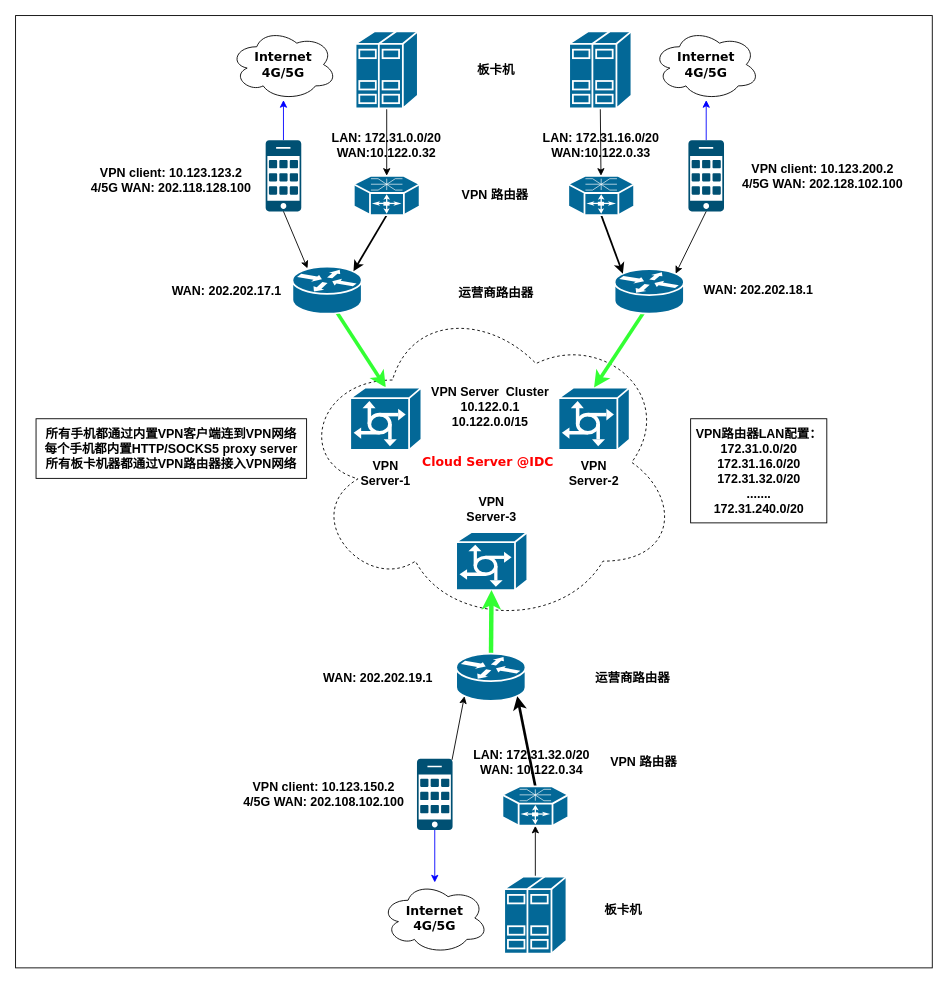
Above: Untitled Diagram.drawio in nxtreaming/andy_study (draw.io), before the change. Source tidied: cells renumbered, new cells numbered last; positions are measured from the earlier drawing's top-left corner, leaving out a move shared by most shapes. Both pictures are drawn from the tidied source at 89%, with x=0, y=0 at pixel (15, 15).
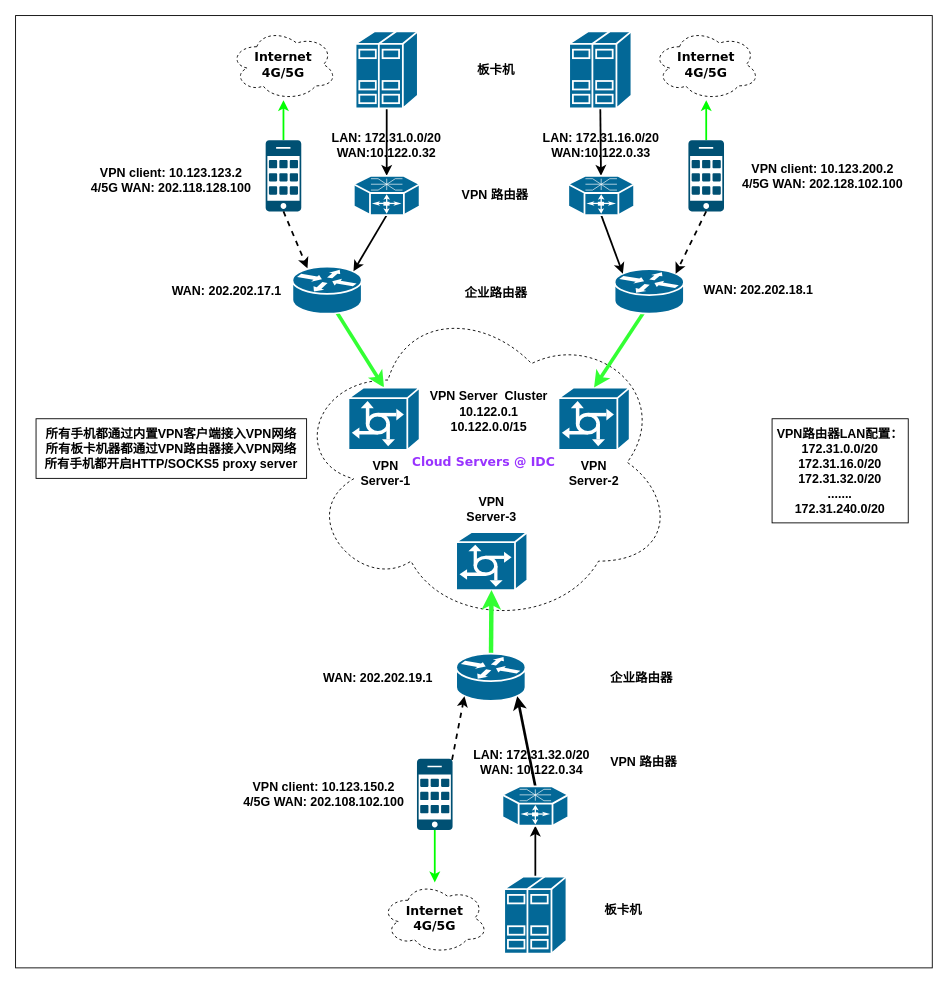
The same page after the edit.

Unchanged cells that the change refers to:
```xml
<mxCell id="6" style="shape=mxgraph.cisco.routers.router;html=1;dashed=0;fillColor=#036897;strokeColor=#ffffff;strokeWidth=2;verticalLabelPosition=bottom;verticalAlign=top;rounded=0;shadow=0;comic=0;fontFamily=Verdana;fontSize=12;" parent="1" vertex="1">
  <mxGeometry x="311" y="282" width="78" height="53" as="geometry" />
</mxCell>
<mxCell id="8" style="sketch=0;points=[[0.015,0.015,0],[0.985,0.015,0],[0.985,0.985,0],[0.015,0.985,0],[0.25,0,0],[0.5,0,0],[0.75,0,0],[1,0.25,0],[1,0.5,0],[1,0.75,0],[0.75,1,0],[0.5,1,0],[0.25,1,0],[0,0.75,0],[0,0.5,0],[0,0.25,0]];verticalLabelPosition=bottom;html=1;verticalAlign=top;align=center;shape=mxgraph.cisco19.cell_phone;fillColor=#005073;strokeColor=none;" parent="1" vertex="1">
  <mxGeometry x="281" y="140" width="40" height="80" as="geometry" />
</mxCell>
<mxCell id="11" style="shape=mxgraph.cisco.servers.standard_host;sketch=0;html=1;dashed=0;fillColor=#036897;strokeColor=#ffffff;strokeWidth=2;verticalLabelPosition=bottom;verticalAlign=top;align=center;outlineConnect=0;" parent="1" vertex="1">
  <mxGeometry x="382" y="17.8" width="70" height="86.5" as="geometry" />
</mxCell>
<mxCell id="21" style="shape=mxgraph.cisco.routers.router;html=1;dashed=0;fillColor=#036897;strokeColor=#ffffff;strokeWidth=2;verticalLabelPosition=bottom;verticalAlign=top;rounded=0;shadow=0;comic=0;fontFamily=Verdana;fontSize=12;" parent="1" vertex="1">
  <mxGeometry x="673" y="285" width="78" height="50" as="geometry" />
</mxCell>
<mxCell id="23" style="sketch=0;points=[[0.015,0.015,0],[0.985,0.015,0],[0.985,0.985,0],[0.015,0.985,0],[0.25,0,0],[0.5,0,0],[0.75,0,0],[1,0.25,0],[1,0.5,0],[1,0.75,0],[0.75,1,0],[0.5,1,0],[0.25,1,0],[0,0.75,0],[0,0.5,0],[0,0.25,0]];verticalLabelPosition=bottom;html=1;verticalAlign=top;align=center;shape=mxgraph.cisco19.cell_phone;fillColor=#005073;strokeColor=none;" parent="1" vertex="1">
  <mxGeometry x="756" y="140" width="40" height="80" as="geometry" />
</mxCell>
<mxCell id="25" style="shape=mxgraph.cisco.servers.standard_host;sketch=0;html=1;dashed=0;fillColor=#036897;strokeColor=#ffffff;strokeWidth=2;verticalLabelPosition=bottom;verticalAlign=top;align=center;outlineConnect=0;" parent="1" vertex="1">
  <mxGeometry x="622" y="17.8" width="70" height="86.5" as="geometry" />
</mxCell>
<mxCell id="30" style="shape=mxgraph.cisco.routers.router;html=1;dashed=0;fillColor=#036897;strokeColor=#ffffff;strokeWidth=2;verticalLabelPosition=bottom;verticalAlign=top;rounded=0;shadow=0;comic=0;fontFamily=Verdana;fontSize=12;" parent="1" vertex="1">
  <mxGeometry x="495" y="717" width="78" height="53" as="geometry" />
</mxCell>
<mxCell id="32" style="sketch=0;points=[[0.015,0.015,0],[0.985,0.015,0],[0.985,0.985,0],[0.015,0.985,0],[0.25,0,0],[0.5,0,0],[0.75,0,0],[1,0.25,0],[1,0.5,0],[1,0.75,0],[0.75,1,0],[0.5,1,0],[0.25,1,0],[0,0.75,0],[0,0.5,0],[0,0.25,0]];verticalLabelPosition=bottom;html=1;verticalAlign=top;align=center;shape=mxgraph.cisco19.cell_phone;fillColor=#005073;strokeColor=none;" parent="1" vertex="1">
  <mxGeometry x="451" y="835.1" width="40" height="80" as="geometry" />
</mxCell>
<mxCell id="34" style="shape=mxgraph.cisco.servers.standard_host;sketch=0;html=1;dashed=0;fillColor=#036897;strokeColor=#ffffff;strokeWidth=2;verticalLabelPosition=bottom;verticalAlign=top;align=center;outlineConnect=0;" parent="1" vertex="1">
  <mxGeometry x="549" y="967.5" width="70" height="86.5" as="geometry" />
</mxCell>
<mxCell id="47" style="shape=mxgraph.cisco.routers.optical_services_router;sketch=0;html=1;dashed=0;fillColor=#036897;strokeColor=#ffffff;strokeWidth=2;verticalLabelPosition=bottom;verticalAlign=top;align=center;outlineConnect=0;" parent="1" vertex="1">
  <mxGeometry x="380" y="180" width="74" height="44.2" as="geometry" />
</mxCell>
<mxCell id="49" style="shape=mxgraph.cisco.routers.optical_services_router;sketch=0;html=1;dashed=0;fillColor=#036897;strokeColor=#ffffff;strokeWidth=2;verticalLabelPosition=bottom;verticalAlign=top;align=center;outlineConnect=0;" parent="1" vertex="1">
  <mxGeometry x="621" y="180" width="74" height="44.2" as="geometry" />
</mxCell>
<mxCell id="50" style="shape=mxgraph.cisco.routers.optical_services_router;sketch=0;html=1;dashed=0;fillColor=#036897;strokeColor=#ffffff;strokeWidth=2;verticalLabelPosition=bottom;verticalAlign=top;align=center;outlineConnect=0;" parent="1" vertex="1">
  <mxGeometry x="547" y="866.1" width="74" height="44.2" as="geometry" />
</mxCell>
```

Change to the diagram source:
```diff
@@
-    <mxCell id="3" value="&lt;font style=&quot;font-size: 14px;&quot;&gt;&lt;b&gt;Cloud Server @IDC&lt;/b&gt;&lt;/font&gt;" style="ellipse;shape=cloud;whiteSpace=wrap;html=1;rounded=0;shadow=0;comic=0;strokeWidth=1;fontFamily=Verdana;fontSize=12;fontColor=#ff0000;dashed=1;" parent="1" vertex="1">
-      <mxGeometry x="316" y="317" width="430" height="370" as="geometry" />
+    <mxCell id="3" value="&lt;font style=&quot;font-size: 14px;&quot;&gt;&lt;b&gt;Cloud Servers @ IDC&lt;/b&gt;&lt;/font&gt;" style="ellipse;shape=cloud;whiteSpace=wrap;html=1;rounded=0;shadow=0;comic=0;strokeWidth=1;fontFamily=Verdana;fontSize=12;fontColor=#9933FF;dashed=1;" parent="1" vertex="1">
+      <mxGeometry x="311" y="317" width="430" height="370" as="geometry" />
     </mxCell>
-    <mxCell id="4" value="&lt;font style=&quot;font-size: 14px;&quot;&gt;&lt;b&gt;Internet&lt;br&gt;4G/5G&lt;br&gt;&lt;/b&gt;&lt;/font&gt;" style="ellipse;shape=cloud;whiteSpace=wrap;html=1;rounded=0;shadow=0;comic=0;strokeWidth=1;fontFamily=Verdana;fontSize=12;" parent="1" vertex="1">
+    <mxCell id="4" value="&lt;font style=&quot;font-size: 14px;&quot;&gt;&lt;b&gt;Internet&lt;br&gt;4G/5G&lt;br&gt;&lt;/b&gt;&lt;/font&gt;" style="ellipse;shape=cloud;whiteSpace=wrap;html=1;rounded=0;shadow=0;comic=0;strokeWidth=1;fontFamily=Verdana;fontSize=12;dashed=1;" parent="1" vertex="1">
       <mxGeometry x="241" y="15" width="120" height="80" as="geometry" />
     </mxCell>
@@
-    <mxCell id="7" style="edgeStyle=orthogonalEdgeStyle;rounded=0;jettySize=auto;html=1;strokeColor=#0000FF;" parent="1" edge="1" source="8" target="4">
+    <mxCell id="7" style="edgeStyle=orthogonalEdgeStyle;rounded=0;jettySize=auto;html=1;strokeColor=#00FF00;strokeWidth=2;" parent="1" edge="1" source="8" target="4">
       <mxGeometry relative="1" as="geometry" />
     </mxCell>
@@
     <mxCell id="9" style="shape=mxgraph.cisco.servers.communications_server;sketch=0;html=1;dashed=0;fillColor=#036897;strokeColor=#ffffff;strokeWidth=2;verticalLabelPosition=bottom;verticalAlign=top;align=center;outlineConnect=0;" parent="1" vertex="1">
-      <mxGeometry x="376" y="418" width="80" height="70" as="geometry" />
+      <mxGeometry x="374" y="418" width="80" height="70" as="geometry" />
     </mxCell>
-    <mxCell id="10" style="edgeStyle=none;rounded=0;jettySize=auto;html=1;exitX=0.5;exitY=1;exitDx=0;exitDy=0;exitPerimeter=0;" parent="1" edge="1" source="11" target="47">
+    <mxCell id="10" style="edgeStyle=none;rounded=0;jettySize=auto;html=1;exitX=0.5;exitY=1;exitDx=0;exitDy=0;exitPerimeter=0;strokeWidth=2;" parent="1" edge="1" source="11" target="47">
       <mxGeometry relative="1" as="geometry" />
     </mxCell>
@@
-    <mxCell id="12" style="edgeStyle=none;rounded=0;jettySize=auto;html=1;exitX=0.5;exitY=1;exitDx=0;exitDy=0;exitPerimeter=0;entryX=0.218;entryY=0.038;entryDx=0;entryDy=0;entryPerimeter=0;" parent="1" edge="1" source="8" target="6">
+    <mxCell id="12" style="edgeStyle=none;rounded=0;jettySize=auto;html=1;exitX=0.5;exitY=1;exitDx=0;exitDy=0;exitPerimeter=0;entryX=0.218;entryY=0.038;entryDx=0;entryDy=0;entryPerimeter=0;strokeWidth=2;dashed=1;" parent="1" edge="1" source="8" target="6">
       <mxGeometry relative="1" as="geometry" />
     </mxCell>
@@
-    <mxCell id="19" value="&lt;font style=&quot;font-size: 14px;&quot;&gt;&lt;b&gt;Internet&lt;br&gt;4G/5G&lt;br&gt;&lt;/b&gt;&lt;/font&gt;" style="ellipse;shape=cloud;whiteSpace=wrap;html=1;rounded=0;shadow=0;comic=0;strokeWidth=1;fontFamily=Verdana;fontSize=12;" parent="1" vertex="1">
+    <mxCell id="19" value="&lt;font style=&quot;font-size: 14px;&quot;&gt;&lt;b&gt;Internet&lt;br&gt;4G/5G&lt;br&gt;&lt;/b&gt;&lt;/font&gt;" style="ellipse;shape=cloud;whiteSpace=wrap;html=1;rounded=0;shadow=0;comic=0;strokeWidth=1;fontFamily=Verdana;fontSize=12;dashed=1;" parent="1" vertex="1">
       <mxGeometry x="716" y="15" width="120" height="80" as="geometry" />
     </mxCell>
@@
-    <mxCell id="22" style="edgeStyle=orthogonalEdgeStyle;rounded=0;jettySize=auto;html=1;strokeColor=#0000FF;" parent="1" edge="1" source="23" target="19">
+    <mxCell id="22" style="edgeStyle=orthogonalEdgeStyle;rounded=0;jettySize=auto;html=1;strokeColor=#00FF00;strokeWidth=2;" parent="1" edge="1" source="23" target="19">
       <mxGeometry relative="1" as="geometry" />
     </mxCell>
@@
-    <mxCell id="24" style="edgeStyle=none;rounded=0;jettySize=auto;html=1;exitX=0.5;exitY=1;exitDx=0;exitDy=0;exitPerimeter=0;" parent="1" edge="1" source="25" target="49">
+    <mxCell id="24" style="edgeStyle=none;rounded=0;jettySize=auto;html=1;exitX=0.5;exitY=1;exitDx=0;exitDy=0;exitPerimeter=0;strokeWidth=2;" parent="1" edge="1" source="25" target="49">
       <mxGeometry relative="1" as="geometry" />
     </mxCell>
@@
-    <mxCell id="26" style="edgeStyle=none;rounded=0;jettySize=auto;html=1;exitX=0.5;exitY=1;exitDx=0;exitDy=0;exitPerimeter=0;entryX=0.88;entryY=0.1;entryDx=0;entryDy=0;entryPerimeter=0;" parent="1" edge="1" source="23" target="21">
+    <mxCell id="26" style="edgeStyle=none;rounded=0;jettySize=auto;html=1;exitX=0.5;exitY=1;exitDx=0;exitDy=0;exitPerimeter=0;entryX=0.88;entryY=0.1;entryDx=0;entryDy=0;entryPerimeter=0;strokeWidth=2;dashed=1;" parent="1" edge="1" source="23" target="21">
       <mxGeometry relative="1" as="geometry" />
     </mxCell>
@@
-    <mxCell id="28" value="&lt;font style=&quot;font-size: 14px;&quot;&gt;&lt;b&gt;Internet&lt;br&gt;4G/5G&lt;br&gt;&lt;/b&gt;&lt;/font&gt;" style="ellipse;shape=cloud;whiteSpace=wrap;html=1;rounded=0;shadow=0;comic=0;strokeWidth=1;fontFamily=Verdana;fontSize=12;" parent="1" vertex="1">
+    <mxCell id="28" value="&lt;font style=&quot;font-size: 14px;&quot;&gt;&lt;b&gt;Internet&lt;br&gt;4G/5G&lt;br&gt;&lt;/b&gt;&lt;/font&gt;" style="ellipse;shape=cloud;whiteSpace=wrap;html=1;rounded=0;shadow=0;comic=0;strokeWidth=1;fontFamily=Verdana;fontSize=12;dashed=1;" parent="1" vertex="1">
       <mxGeometry x="411" y="974" width="120" height="80" as="geometry" />
     </mxCell>
@@
-    <mxCell id="31" style="edgeStyle=orthogonalEdgeStyle;rounded=0;jettySize=auto;html=1;strokeColor=#0000FF;" parent="1" edge="1" source="32" target="28">
+    <mxCell id="31" style="edgeStyle=orthogonalEdgeStyle;rounded=0;jettySize=auto;html=1;strokeColor=#00FF00;strokeWidth=2;" parent="1" edge="1" source="32" target="28">
       <mxGeometry relative="1" as="geometry" />
     </mxCell>
@@
-    <mxCell id="33" style="edgeStyle=none;rounded=0;jettySize=auto;html=1;" parent="1" edge="1" source="34" target="50">
+    <mxCell id="33" style="edgeStyle=none;rounded=0;jettySize=auto;html=1;strokeWidth=2;" parent="1" edge="1" source="34" target="50">
       <mxGeometry relative="1" as="geometry" />
     </mxCell>
@@
-    <mxCell id="35" style="edgeStyle=none;rounded=0;jettySize=auto;html=1;exitX=0.985;exitY=0.015;exitDx=0;exitDy=0;exitPerimeter=0;entryX=0.12;entryY=0.9;entryDx=0;entryDy=0;entryPerimeter=0;" parent="1" edge="1" source="32" target="30">
+    <mxCell id="35" style="edgeStyle=none;rounded=0;jettySize=auto;html=1;exitX=0.985;exitY=0.015;exitDx=0;exitDy=0;exitPerimeter=0;entryX=0.12;entryY=0.9;entryDx=0;entryDy=0;entryPerimeter=0;strokeWidth=2;dashed=1;" parent="1" edge="1" source="32" target="30">
       <mxGeometry relative="1" as="geometry" />
     </mxCell>
@@
-    <mxCell id="38" value="&lt;font style=&quot;font-size: 14px;&quot;&gt;&lt;b&gt;运营商路由器&lt;/b&gt;&lt;/font&gt;" style="text;strokeColor=none;align=center;fillColor=#FFFFFF;html=1;verticalAlign=middle;whiteSpace=wrap;rounded=0;" parent="1" vertex="1">
+    <mxCell id="38" value="&lt;font style=&quot;font-size: 14px;&quot;&gt;&lt;b&gt;企业路由器&lt;/b&gt;&lt;/font&gt;" style="text;strokeColor=none;align=center;fillColor=#FFFFFF;html=1;verticalAlign=middle;whiteSpace=wrap;rounded=0;" parent="1" vertex="1">
       <mxGeometry x="490" y="296.8" width="100" height="30" as="geometry" />
     </mxCell>
@@
     <mxCell id="45" value="&lt;font style=&quot;font-size: 14px;&quot;&gt;&lt;b&gt;VPN Server&amp;nbsp; Cluster 10.122.0.1&lt;br&gt;10.122.0.0/15&lt;/b&gt;&lt;/font&gt;" style="text;strokeColor=none;align=center;fillColor=#FFFFFF;html=1;verticalAlign=middle;whiteSpace=wrap;rounded=0;" parent="1" vertex="1">
-      <mxGeometry x="465.5" y="410" width="134.5" height="60" as="geometry" />
+      <mxGeometry x="462" y="415" width="140" height="60" as="geometry" />
     </mxCell>
-    <mxCell id="46" value="&lt;b&gt;&lt;font face=&quot;Helvetica&quot; style=&quot;font-size: 14px;&quot;&gt;所有手机都通过内置VPN客户端连到VPN网络&lt;br&gt;&lt;/font&gt;&lt;font style=&quot;font-size: 14px;&quot;&gt;每个手机都内置HTTP/SOCKS5 proxy server&lt;/font&gt;&lt;/b&gt;&lt;font face=&quot;Helvetica&quot; style=&quot;font-size: 14px;&quot;&gt;&lt;b&gt;&lt;br&gt;所有板卡机器都通过VPN路由器接入VPN网络&lt;/b&gt;&lt;br&gt;&lt;/font&gt;" style="whiteSpace=wrap;html=1;fillColor=#FFFFFF;" parent="1" vertex="1">
+    <mxCell id="46" value="&lt;b&gt;&lt;font face=&quot;Helvetica&quot; style=&quot;font-size: 14px;&quot;&gt;所有手机都通过内置VPN客户端接入VPN网络&lt;br&gt;&lt;/font&gt;&lt;/b&gt;&lt;font face=&quot;Helvetica&quot; style=&quot;font-size: 14px;&quot;&gt;&lt;b&gt;所有板卡机器都通过VPN路由器接入VPN网络&lt;br&gt;&lt;/b&gt;&lt;/font&gt;&lt;b style=&quot;border-color: var(--border-color);&quot;&gt;&lt;font style=&quot;border-color: var(--border-color); font-size: 14px;&quot;&gt;所有手机都开启HTTP/SOCKS5 proxy server&lt;/font&gt;&lt;/b&gt;&lt;font style=&quot;border-color: var(--border-color); font-size: 14px;&quot; face=&quot;Helvetica&quot;&gt;&lt;b style=&quot;border-color: var(--border-color);&quot;&gt;&lt;br style=&quot;border-color: var(--border-color);&quot;&gt;&lt;/b&gt;&lt;/font&gt;" style="whiteSpace=wrap;html=1;fillColor=#FFFFFF;" parent="1" vertex="1">
       <mxGeometry x="23" y="453" width="304" height="67" as="geometry" />
     </mxCell>
@@
-    <mxCell id="51" value="&lt;font style=&quot;font-size: 14px;&quot;&gt;&lt;b&gt;运营商路由器&lt;/b&gt;&lt;/font&gt;" style="text;strokeColor=none;align=center;fillColor=#FFFFFF;html=1;verticalAlign=middle;whiteSpace=wrap;rounded=0;" parent="1" vertex="1">
-      <mxGeometry x="641" y="729" width="105" height="30" as="geometry" />
+    <mxCell id="51" value="&lt;font style=&quot;font-size: 14px;&quot;&gt;&lt;b&gt;企业路由器&lt;/b&gt;&lt;/font&gt;" style="text;strokeColor=none;align=center;fillColor=#FFFFFF;html=1;verticalAlign=middle;whiteSpace=wrap;rounded=0;" parent="1" vertex="1">
+      <mxGeometry x="651" y="729" width="105" height="30" as="geometry" />
     </mxCell>
@@
     <mxCell id="57" value="&lt;font face=&quot;Helvetica&quot; style=&quot;font-size: 14px;&quot;&gt;&lt;b&gt;VPN路由器LAN配置：&lt;br&gt;172.31.0.0/20&lt;br&gt;172.31.16.0/20&lt;br&gt;172.31.32.0/20&lt;br&gt;.......&lt;br&gt;172.31.240.0/20&lt;/b&gt;&lt;br&gt;&lt;/font&gt;" style="whiteSpace=wrap;html=1;fillColor=#FFFFFF;" parent="1" vertex="1">
-      <mxGeometry x="758.5" y="453" width="153" height="117" as="geometry" />
+      <mxGeometry x="850" y="453" width="153" height="117" as="geometry" />
     </mxCell>
```
